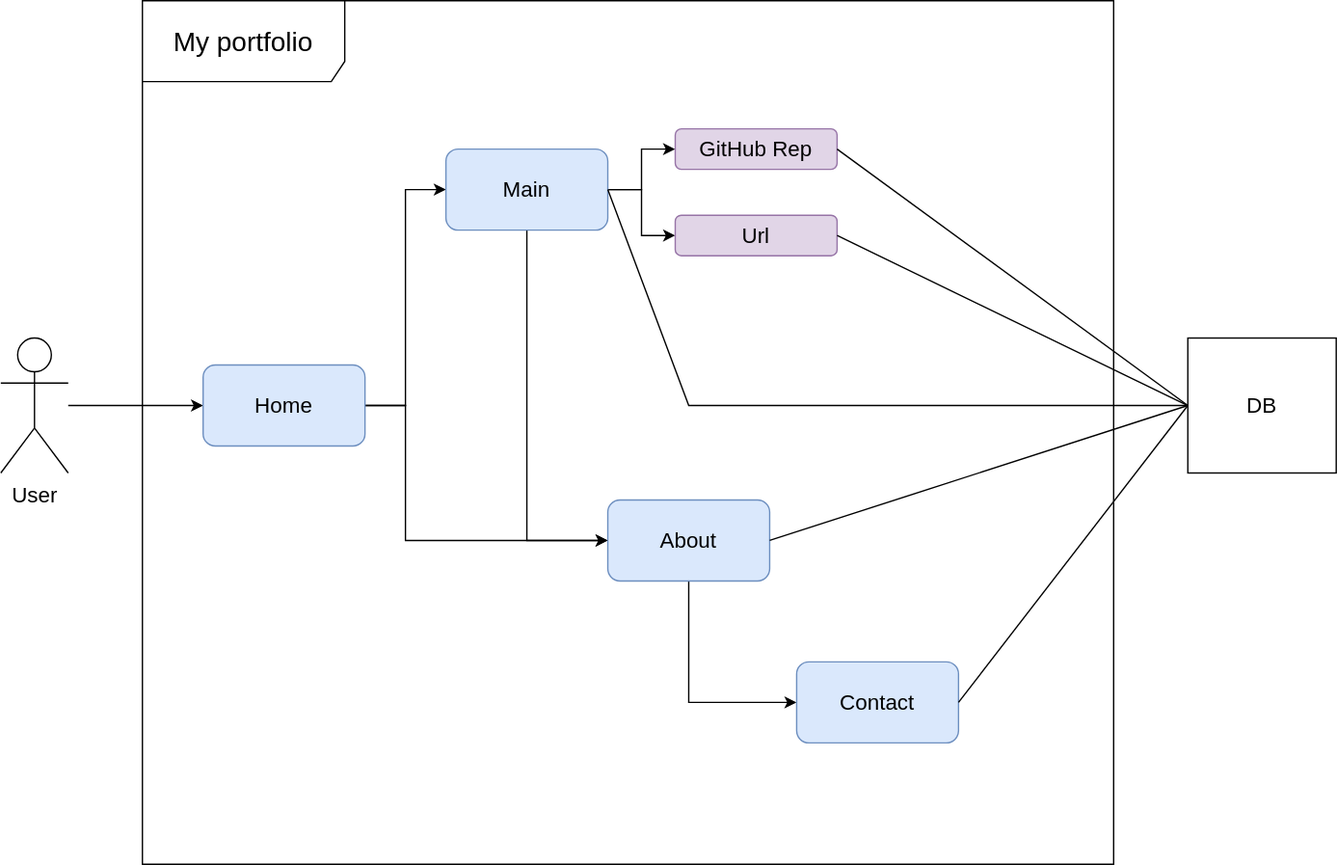
Earlier version of the draw.io export document/use-case.svg (benedictJHGil/my-portfolio-app). Source tidied: cells renumbered, new cells last; positions are measured from the earlier drawing's top-left corner, leaving out a move shared by most shapes.
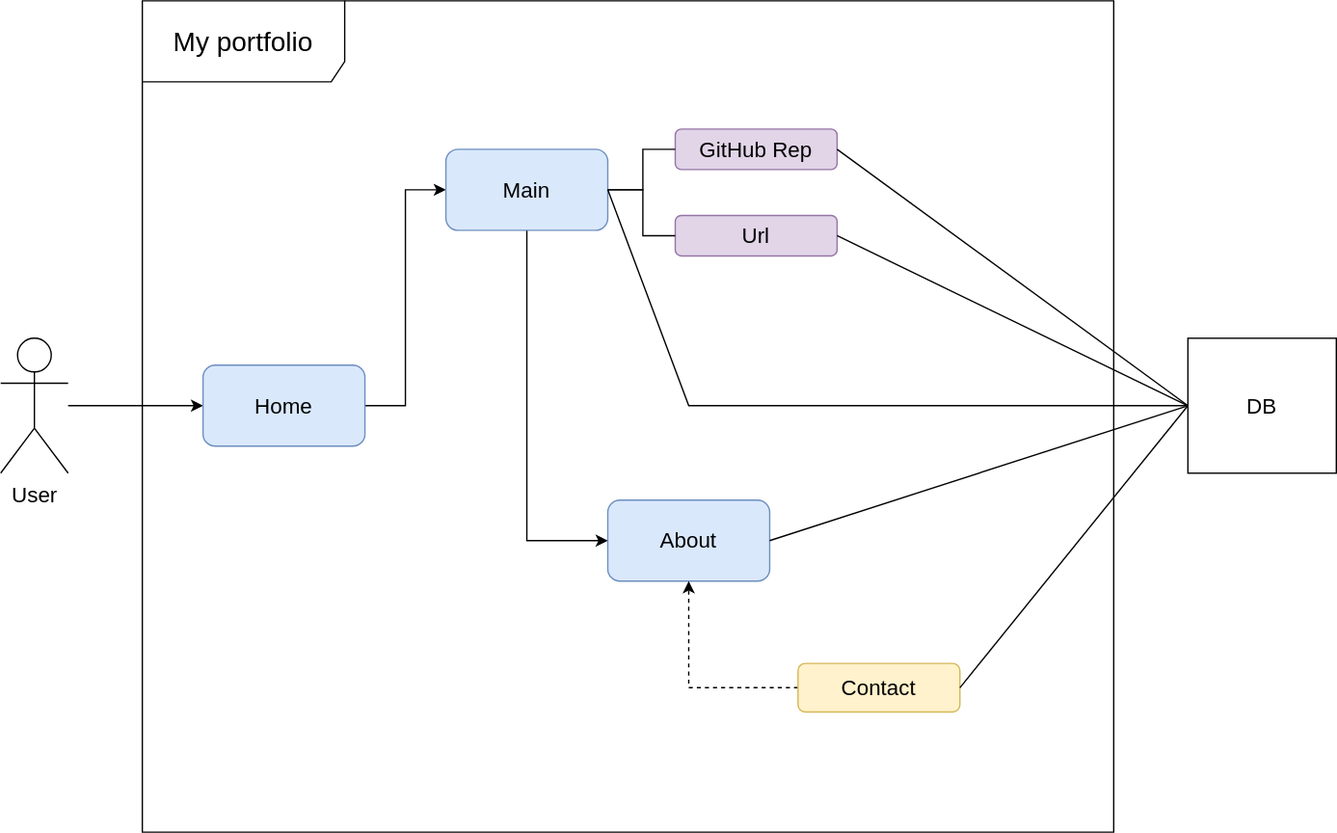
The same file after the commit.

Commit message:
#2 - Update use-case

Change to the diagram source:
```diff
@@ -1,4 +1,4 @@
-<mxGraphModel>
+<mxGraphModel background="#FFFFFF">
   <root>
     <mxCell id="0" />
     <mxCell id="1" parent="0" />
@@ -9,34 +9,17 @@
       <mxGeometry y="250" width="50" height="100" as="geometry" />
     </mxCell>
     <mxCell id="4" value="&lt;font style=&quot;font-size: 20px;&quot;&gt;My portfolio&lt;/font&gt;" style="shape=umlFrame;whiteSpace=wrap;html=1;width=150;height=60;" parent="1" vertex="1">
-      <mxGeometry x="105" width="720" height="640" as="geometry" />
+      <mxGeometry x="105" width="720" height="616" as="geometry" />
     </mxCell>
     <mxCell id="5" style="edgeStyle=orthogonalEdgeStyle;rounded=0;jettySize=auto;html=1;exitX=1;exitY=0.5;exitDx=0;exitDy=0;entryX=0;entryY=0.5;entryDx=0;entryDy=0;" parent="1" edge="1" source="7" target="13">
       <mxGeometry relative="1" as="geometry" />
     </mxCell>
-    <mxCell id="6" style="edgeStyle=orthogonalEdgeStyle;rounded=0;jettySize=auto;html=1;exitX=1;exitY=0.5;exitDx=0;exitDy=0;entryX=0;entryY=0.5;entryDx=0;entryDy=0;" parent="1" edge="1" source="7" target="9">
-      <mxGeometry relative="1" as="geometry">
-        <Array as="points">
-          <mxPoint x="300" y="300" />
-          <mxPoint x="300" y="400" />
-        </Array>
-      </mxGeometry>
-    </mxCell>
     <mxCell id="7" value="&lt;font&gt;Home&lt;/font&gt;" style="rounded=1;whiteSpace=wrap;html=1;fontSize=16;fillColor=#dae8fc;strokeColor=#6c8ebf;" parent="1" vertex="1">
       <mxGeometry x="150" y="270" width="120" height="60" as="geometry" />
     </mxCell>
-    <mxCell id="8" style="edgeStyle=orthogonalEdgeStyle;rounded=0;jettySize=auto;html=1;exitX=0.5;exitY=1;exitDx=0;exitDy=0;entryX=0;entryY=0.5;entryDx=0;entryDy=0;" parent="1" edge="1" source="9" target="16">
-      <mxGeometry relative="1" as="geometry" />
-    </mxCell>
     <mxCell id="9" value="&lt;font&gt;About&lt;/font&gt;" style="rounded=1;whiteSpace=wrap;html=1;fontSize=16;fillColor=#dae8fc;strokeColor=#6c8ebf;" parent="1" vertex="1">
       <mxGeometry x="450" y="370" width="120" height="60" as="geometry" />
     </mxCell>
-    <mxCell id="10" style="edgeStyle=orthogonalEdgeStyle;rounded=0;jettySize=auto;html=1;exitX=1;exitY=0.5;exitDx=0;exitDy=0;entryX=0;entryY=0.5;entryDx=0;entryDy=0;" parent="1" edge="1" source="13" target="14">
-      <mxGeometry relative="1" as="geometry" />
-    </mxCell>
-    <mxCell id="11" style="edgeStyle=orthogonalEdgeStyle;rounded=0;jettySize=auto;html=1;exitX=1;exitY=0.5;exitDx=0;exitDy=0;entryX=0;entryY=0.5;entryDx=0;entryDy=0;" parent="1" edge="1" source="13" target="15">
-      <mxGeometry relative="1" as="geometry" />
-    </mxCell>
     <mxCell id="12" style="edgeStyle=orthogonalEdgeStyle;rounded=0;jettySize=auto;html=1;exitX=0.5;exitY=1;exitDx=0;exitDy=0;entryX=0;entryY=0.5;entryDx=0;entryDy=0;" parent="1" edge="1" source="13" target="9">
       <mxGeometry relative="1" as="geometry" />
     </mxCell>
@@ -49,8 +32,11 @@
     <mxCell id="15" value="Url" style="rounded=1;whiteSpace=wrap;html=1;fontSize=16;fillColor=#e1d5e7;strokeColor=#9673a6;" parent="1" vertex="1">
       <mxGeometry x="500" y="159" width="120" height="30" as="geometry" />
     </mxCell>
+    <mxCell id="23" style="edgeStyle=orthogonalEdgeStyle;rounded=0;jettySize=auto;html=1;exitX=0;exitY=0.5;exitDx=0;exitDy=0;dashed=1;" parent="1" edge="1" source="16" target="9">
+      <mxGeometry relative="1" as="geometry" />
+    </mxCell>
-    <mxCell id="16" value="&lt;font&gt;Contact&lt;/font&gt;" style="rounded=1;whiteSpace=wrap;html=1;fontSize=16;fillColor=#dae8fc;strokeColor=#6c8ebf;" parent="1" vertex="1">
-      <mxGeometry x="590" y="490" width="120" height="60" as="geometry" />
+    <mxCell id="16" value="&lt;font&gt;Contact&lt;/font&gt;" style="rounded=1;whiteSpace=wrap;html=1;fontSize=16;fillColor=#fff2cc;strokeColor=#d6b656;" parent="1" vertex="1">
+      <mxGeometry x="591" y="491" width="120" height="36" as="geometry" />
     </mxCell>
     <mxCell id="17" value="DB" style="html=1;whiteSpace=wrap;fontSize=16;" parent="1" vertex="1">
       <mxGeometry x="880" y="250" width="110" height="100" as="geometry" />
@@ -74,5 +60,21 @@
     <mxCell id="22" style="endArrow=none;html=1;rounded=0;entryX=0;entryY=0.5;entryDx=0;entryDy=0;exitX=1;exitY=0.5;exitDx=0;exitDy=0;" parent="1" edge="1" source="16" target="17">
       <mxGeometry relative="1" as="geometry" />
     </mxCell>
+    <mxCell id="10" style="endArrow=none;html=1;rounded=0;exitX=1;exitY=0.5;exitDx=0;exitDy=0;entryX=0;entryY=0.5;entryDx=0;entryDy=0;" parent="1" edge="1" source="13" target="14">
+      <mxGeometry relative="1" as="geometry">
+        <Array as="points">
+          <mxPoint x="476" y="140" />
+          <mxPoint x="476" y="110" />
+        </Array>
+      </mxGeometry>
+    </mxCell>
+    <mxCell id="11" style="endArrow=none;html=1;rounded=0;exitX=1;exitY=0.5;exitDx=0;exitDy=0;entryX=0;entryY=0.5;entryDx=0;entryDy=0;" parent="1" edge="1" source="13" target="15">
+      <mxGeometry relative="1" as="geometry">
+        <Array as="points">
+          <mxPoint x="476" y="140" />
+          <mxPoint x="476" y="174" />
+        </Array>
+      </mxGeometry>
+    </mxCell>
   </root>
 </mxGraphModel>
```
